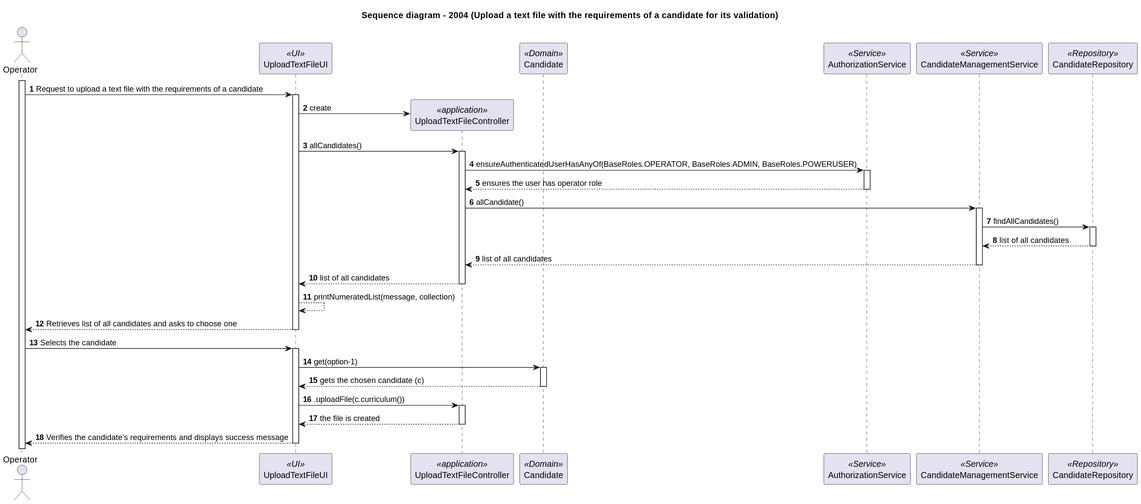
Earlier version of the PlantUML export docs/sprintC/2004/svg/2004-sequence-diagram.svg (marcoferreira37/Lapr4).
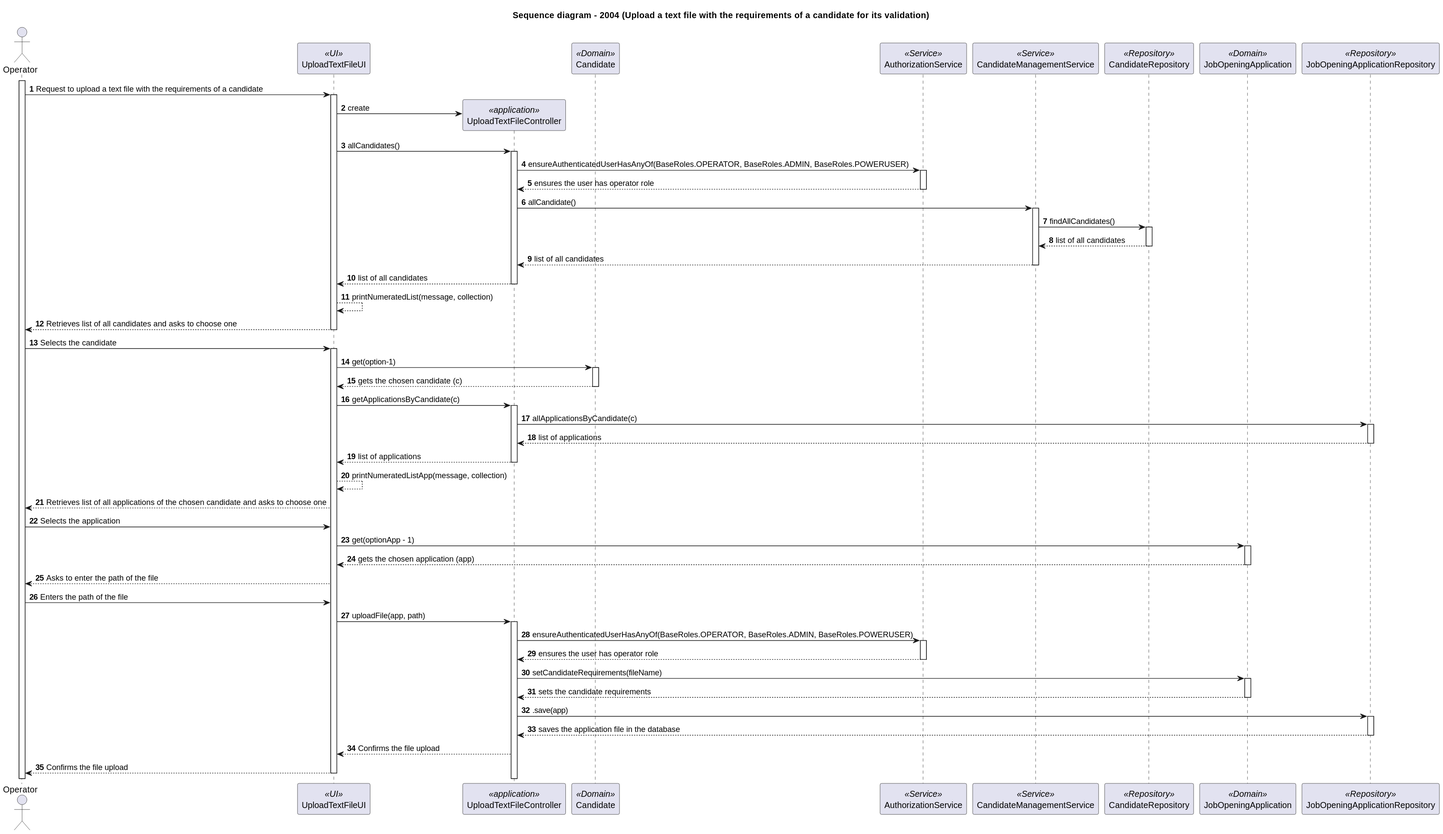
The same file after the commit.

Change to the diagram source:
```diff
@@ -9,7 +9,8 @@
 participant "AuthorizationService" as AS <<Service>>
 participant "CandidateManagementService" as CMS <<Service>>
 participant "CandidateRepository" as CREPO <<Repository>>
-
+participant "JobOpeningApplication" as JOA <<Domain>>
+participant "JobOpeningApplicationRepository" as JOREPO <<Repository>>
 activate Operator
 Operator -> UI: Request to upload a text file with the requirements of a candidate
 activate UI
@@ -39,10 +40,38 @@
 activate C
 C--> UI: gets the chosen candidate (c)
 deactivate C
-UI->CTRL:.uploadFile(c.curriculum())
+UI->CTRL:getApplicationsByCandidate(c)
 activate CTRL
-CTRL--> UI: the file is created
+CTRL-> JOREPO: allApplicationsByCandidate(c)
+activate JOREPO
+JOREPO-->CTRL: list of applications
+deactivate JOREPO
+CTRL--> UI: list of applications
 deactivate CTRL
-UI --> Operator: Verifies the candidate's requirements and displays success message
+UI-->UI:printNumeratedListApp(message, collection)
+UI--> Operator: Retrieves list of all applications of the chosen candidate and asks to choose one
+Operator->UI: Selects the application
+UI-> JOA: get(optionApp - 1)
+activate JOA
+JOA --> UI: gets the chosen application (app)
+deactivate JOA
+UI-->Operator: Asks to enter the path of the file
+Operator-> UI: Enters the path of the file
+UI->CTRL:uploadFile(app, path)
+activate CTRL
+CTRL->AS : ensureAuthenticatedUserHasAnyOf(BaseRoles.OPERATOR, BaseRoles.ADMIN, BaseRoles.POWERUSER)
+activate AS
+AS-->CTRL: ensures the user has operator role
+deactivate AS
+CTRL-> JOA:setCandidateRequirements(fileName)
+activate JOA
+JOA-->CTRL: sets the candidate requirements
+deactivate JOA
+CTRL-> JOREPO:.save(app)
+activate JOREPO
+JOREPO-->CTRL: saves the application file in the database
+deactivate JOREPO
+CTRL-->UI : Confirms the file upload
+UI --> Operator: Confirms the file upload
 deactivate UI
 @enduml
```
